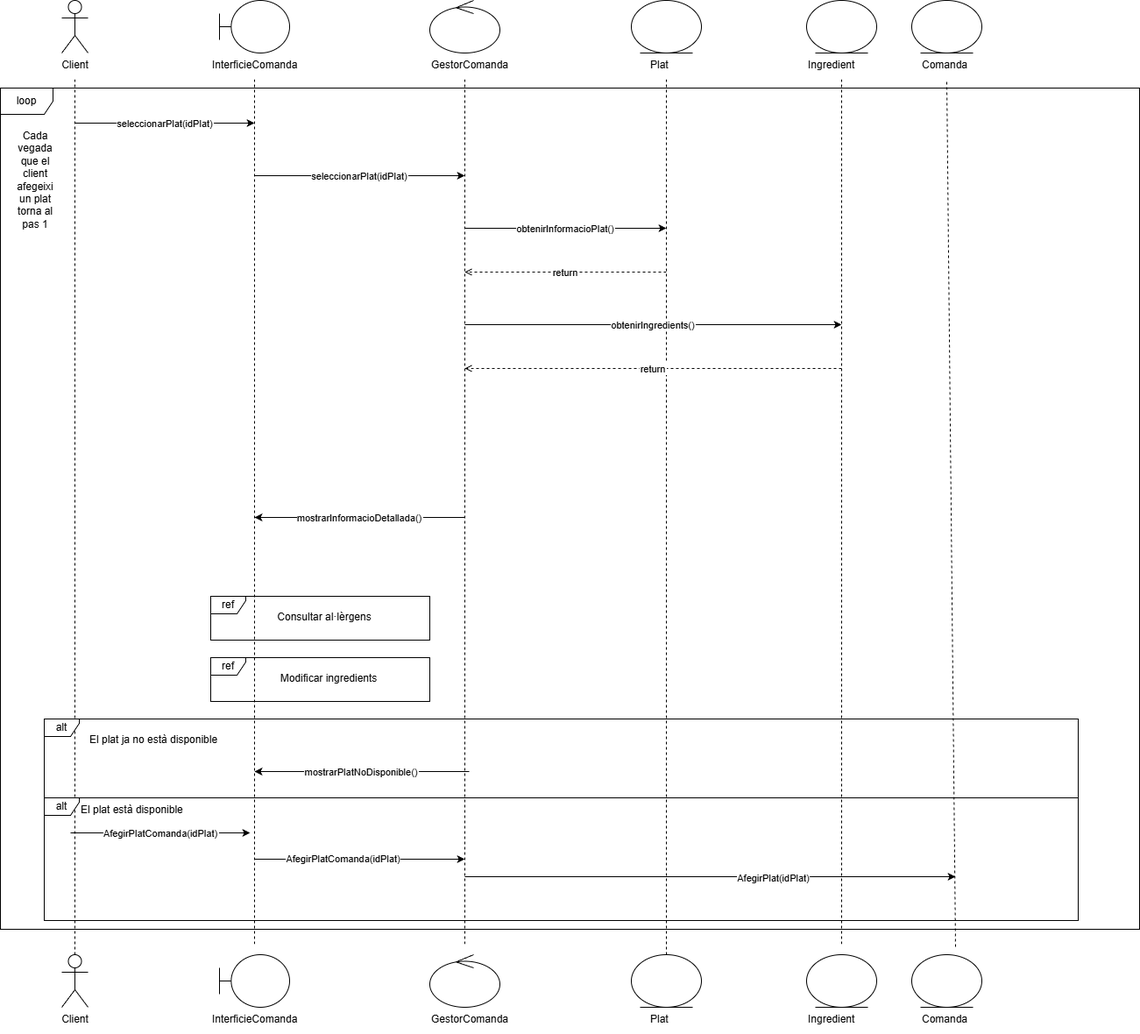
This is Diagrames/Diagrames seqüència/Diagrames Sebastián Díaz Carrasco/seleccionar_plat.png from MarcelPainos/ES26UAB-431-12, a draw.io export, as it was before one commit. Source tidied: cells renumbered, new cells last; positions are measured from the earlier drawing's top-left corner, leaving out a move shared by most shapes.
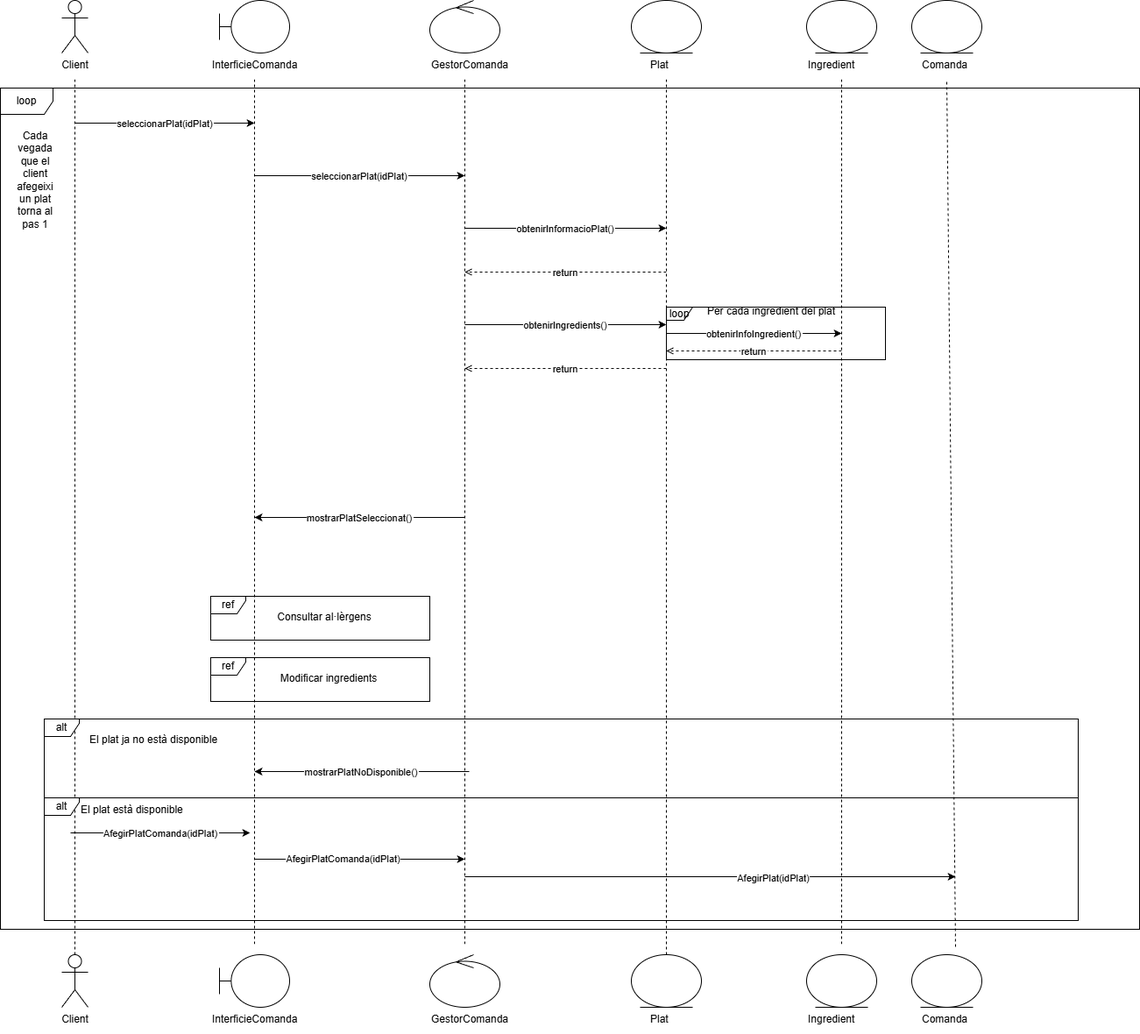
The same diagram one commit later.

Diff of the diagram source:
```diff
@@ -86,16 +86,16 @@
     <mxCell id="20" value="obtenirIngredients()" style="endArrow=classic;" parent="1" edge="1">
       <mxGeometry relative="1" as="geometry">
         <mxPoint x="530" y="370" as="sourcePoint" />
-        <mxPoint x="960" y="370" as="targetPoint" />
+        <mxPoint x="760" y="370" as="targetPoint" />
       </mxGeometry>
     </mxCell>
     <mxCell id="21" value="return" style="endArrow=open;dashed=1;" parent="1" edge="1">
       <mxGeometry relative="1" as="geometry">
-        <mxPoint x="960" y="420" as="sourcePoint" />
+        <mxPoint x="760" y="420" as="sourcePoint" />
         <mxPoint x="530" y="420" as="targetPoint" />
       </mxGeometry>
     </mxCell>
-    <mxCell id="22" value="mostrarInformacioDetallada()" style="endArrow=classic;" parent="1" edge="1">
+    <mxCell id="22" value="mostrarPlatSeleccionat()" style="endArrow=classic;" parent="1" edge="1">
       <mxGeometry relative="1" as="geometry">
         <mxPoint x="530" y="590" as="sourcePoint" />
         <mxPoint x="290" y="590" as="targetPoint" />
@@ -206,5 +206,23 @@
     <mxCell id="52" value="El plat està disponible" style="text;strokeColor=none;fillColor=none;align=left;" parent="1" vertex="1">
       <mxGeometry x="90" y="910" width="250" height="30" as="geometry" />
     </mxCell>
+    <mxCell id="53" value="obtenirInfoIngredient()" style="endArrow=classic;" parent="1" edge="1">
+      <mxGeometry relative="1" as="geometry">
+        <mxPoint x="760" y="380" as="sourcePoint" />
+        <mxPoint x="960" y="380" as="targetPoint" />
+      </mxGeometry>
+    </mxCell>
+    <mxCell id="54" value="return" style="endArrow=open;dashed=1;" parent="1" edge="1">
+      <mxGeometry relative="1" as="geometry">
+        <mxPoint x="960" y="400" as="sourcePoint" />
+        <mxPoint x="760" y="400" as="targetPoint" />
+      </mxGeometry>
+    </mxCell>
+    <mxCell id="55" value="loop" style="shape=umlFrame;whiteSpace=wrap;html=1;width=30;height=15;" parent="1" vertex="1">
+      <mxGeometry x="760" y="350" width="250" height="60" as="geometry" />
+    </mxCell>
+    <mxCell id="56" value="Per cada ingredient del plat" style="text;html=1;whiteSpace=wrap;strokeColor=none;fillColor=none;align=center;verticalAlign=middle;rounded=0;" parent="1" vertex="1">
+      <mxGeometry x="790" y="350" width="180" height="10" as="geometry" />
+    </mxCell>
   </root>
 </mxGraphModel>
```
